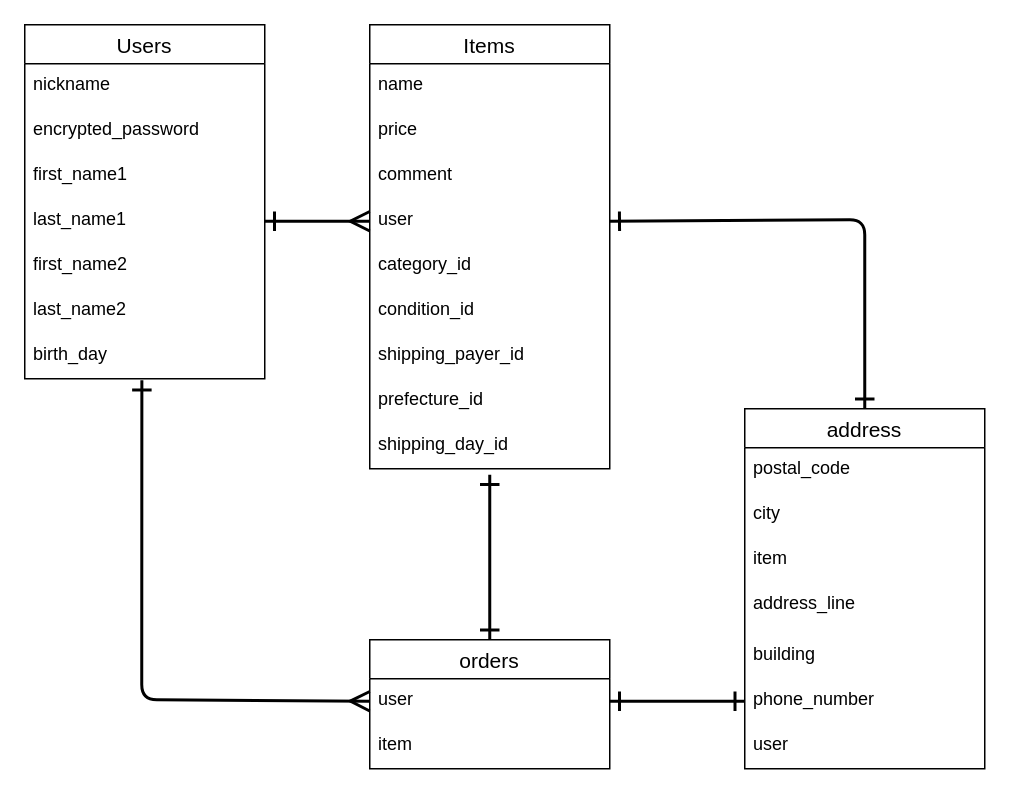
The draw.io diagram test.dio in Onigiriyama/furima-41238, before the edit. Source tidied: cells renumbered, new cells numbered last; positions are measured from the earlier drawing's top-left corner, leaving out a move shared by most shapes. Both pictures are drawn from the tidied source at 150%, with x=0, y=0 at pixel (24, 24).
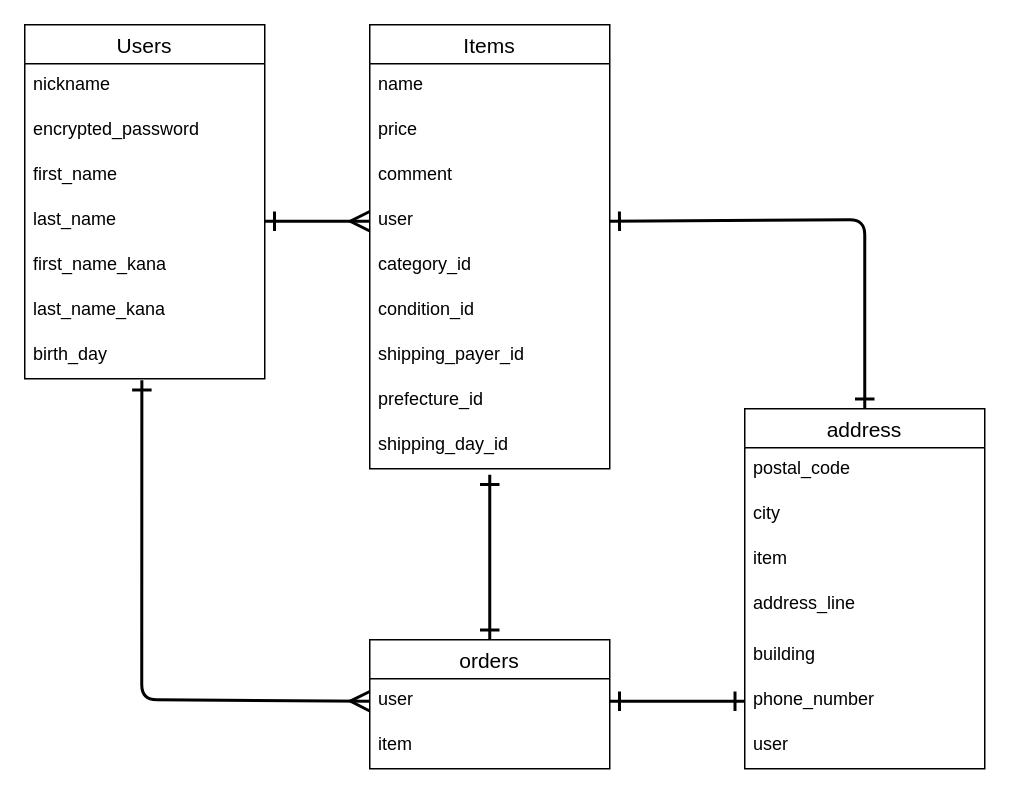
The same diagram, later.

Unchanged cells that the change refers to:
```xml
<mxCell id="2" value="Users" style="swimlane;fontStyle=0;horizontal=1;startSize=26;align=center;fontSize=14;" parent="1" vertex="1">
  <mxGeometry width="160" height="236" as="geometry" />
</mxCell>
```

The edit, as a diff of the source:
```diff
@@
-    <mxCell id="5" value="first_name1" style="text;strokeColor=none;fillColor=none;spacingLeft=4;spacingRight=4;overflow=hidden;fontSize=12;" parent="2" vertex="1">
+    <mxCell id="5" value="first_name" style="text;strokeColor=none;fillColor=none;spacingLeft=4;spacingRight=4;overflow=hidden;fontSize=12;" parent="2" vertex="1">
       <mxGeometry y="86" width="160" height="30" as="geometry" />
     </mxCell>
-    <mxCell id="6" value="last_name1" style="text;strokeColor=none;fillColor=none;spacingLeft=4;spacingRight=4;overflow=hidden;points=[[0,0.5],[1,0.5]];portConstraint=eastwest;fontSize=12;" parent="2" vertex="1">
+    <mxCell id="6" value="last_name" style="text;strokeColor=none;fillColor=none;spacingLeft=4;spacingRight=4;overflow=hidden;points=[[0,0.5],[1,0.5]];portConstraint=eastwest;fontSize=12;" parent="2" vertex="1">
       <mxGeometry y="116" width="160" height="30" as="geometry" />
     </mxCell>
-    <mxCell id="7" value="first_name2" style="text;strokeColor=none;fillColor=none;spacingLeft=4;spacingRight=4;overflow=hidden;fontSize=12;" parent="2" vertex="1">
+    <mxCell id="7" value="first_name_kana" style="text;strokeColor=none;fillColor=none;spacingLeft=4;spacingRight=4;overflow=hidden;fontSize=12;" parent="2" vertex="1">
       <mxGeometry y="146" width="160" height="30" as="geometry" />
     </mxCell>
-    <mxCell id="8" value="last_name2&#10;" style="text;strokeColor=none;fillColor=none;spacingLeft=4;spacingRight=4;overflow=hidden;fontSize=12;" parent="2" vertex="1">
+    <mxCell id="8" value="last_name_kana&#10;" style="text;strokeColor=none;fillColor=none;spacingLeft=4;spacingRight=4;overflow=hidden;fontSize=12;" parent="2" vertex="1">
       <mxGeometry y="176" width="160" height="30" as="geometry" />
     </mxCell>
```
